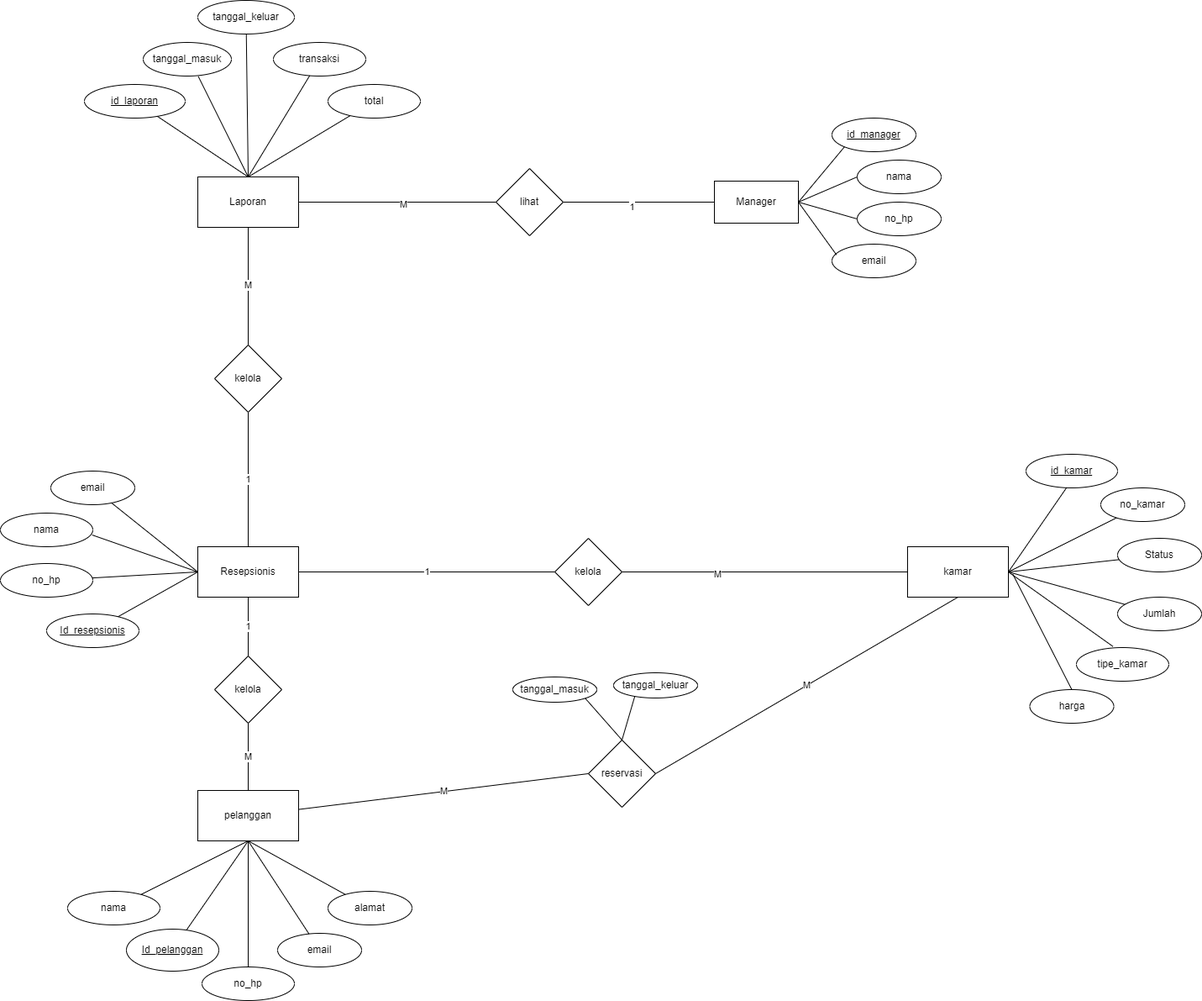
Above: Image SRS/erd hotel.png in lutfiainnun/Kelompok6 (draw.io), before the change. Source tidied: cells renumbered, new cells last; positions are measured from the earlier drawing's top-left corner, leaving out a move shared by most shapes.
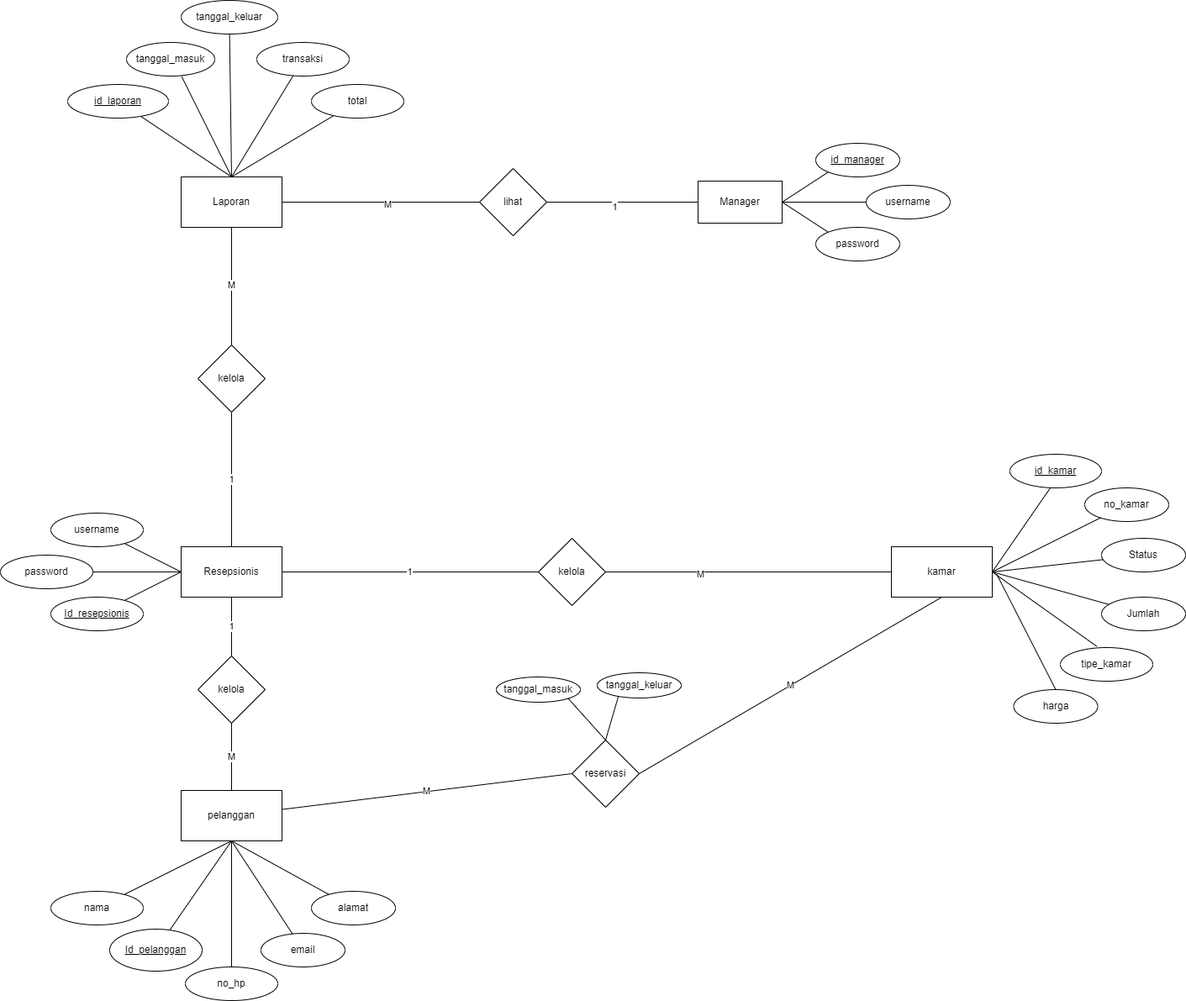
After the commit.

Change to the diagram source:
```diff
@@ -5,14 +5,14 @@
     <mxCell id="2" value="Resepsionis" style="rounded=0;whiteSpace=wrap;html=1;" parent="1" vertex="1">
       <mxGeometry x="235" y="650" width="120" height="60" as="geometry" />
     </mxCell>
-    <mxCell id="3" value="nama" style="ellipse;whiteSpace=wrap;html=1;" parent="1" vertex="1">
-      <mxGeometry y="610" width="110" height="40" as="geometry" />
+    <mxCell id="3" value="username" style="ellipse;whiteSpace=wrap;html=1;" parent="1" vertex="1">
+      <mxGeometry x="80" y="610" width="110" height="40" as="geometry" />
     </mxCell>
     <mxCell id="4" value="&lt;u&gt;Id_resepsionis&lt;/u&gt;" style="ellipse;whiteSpace=wrap;html=1;" parent="1" vertex="1">
-      <mxGeometry x="55" y="730" width="110" height="40" as="geometry" />
+      <mxGeometry x="80" y="710" width="110" height="40" as="geometry" />
     </mxCell>
-    <mxCell id="5" value="no_hp" style="ellipse;whiteSpace=wrap;html=1;" parent="1" vertex="1">
-      <mxGeometry y="670" width="110" height="40" as="geometry" />
+    <mxCell id="5" value="password" style="ellipse;whiteSpace=wrap;html=1;" parent="1" vertex="1">
+      <mxGeometry x="20" y="660" width="110" height="40" as="geometry" />
     </mxCell>
     <mxCell id="6" value="pelanggan" style="rounded=0;whiteSpace=wrap;html=1;" parent="1" vertex="1">
       <mxGeometry x="235" y="940" width="120" height="60" as="geometry" />
@@ -47,7 +47,7 @@
     <mxCell id="16" value="M" style="endArrow=none;html=1;rounded=0;exitX=0.5;exitY=1;exitDx=0;exitDy=0;entryX=0.5;entryY=0;entryDx=0;entryDy=0;" parent="1" edge="1" source="11" target="6">
       <mxGeometry relative="1" as="geometry" />
     </mxCell>
-    <mxCell id="17" style="endArrow=none;html=1;rounded=0;entryX=0;entryY=0.5;entryDx=0;entryDy=0;exitX=0.993;exitY=0.651;exitDx=0;exitDy=0;exitPerimeter=0;" parent="1" edge="1" source="3" target="2">
+    <mxCell id="17" style="endArrow=none;html=1;rounded=0;entryX=0;entryY=0.5;entryDx=0;entryDy=0;" parent="1" edge="1" source="3" target="2">
       <mxGeometry relative="1" as="geometry" />
     </mxCell>
     <mxCell id="18" style="endArrow=none;html=1;rounded=0;entryX=0;entryY=0.5;entryDx=0;entryDy=0;" parent="1" edge="1" source="4" target="2">
@@ -181,12 +181,6 @@
     <mxCell id="60" style="endArrow=none;html=1;rounded=0;exitX=0.252;exitY=0.936;exitDx=0;exitDy=0;exitPerimeter=0;entryX=0.5;entryY=0;entryDx=0;entryDy=0;" parent="1" edge="1" source="58" target="12">
       <mxGeometry relative="1" as="geometry" />
     </mxCell>
-    <mxCell id="61" value="email" style="ellipse;whiteSpace=wrap;html=1;" parent="1" vertex="1">
-      <mxGeometry x="60" y="560" width="100" height="40" as="geometry" />
-    </mxCell>
-    <mxCell id="62" style="endArrow=none;html=1;rounded=0;entryX=0;entryY=0.5;entryDx=0;entryDy=0;" parent="1" edge="1" source="61" target="2">
-      <mxGeometry relative="1" as="geometry" />
-    </mxCell>
     <mxCell id="63" value="Manager" style="rounded=0;whiteSpace=wrap;html=1;" parent="1" vertex="1">
       <mxGeometry x="850" y="215" width="100" height="50" as="geometry" />
     </mxCell>
@@ -208,28 +202,22 @@
       </mxGeometry>
     </mxCell>
     <mxCell id="69" value="id_manager" style="ellipse;whiteSpace=wrap;html=1;align=center;fontStyle=4;" parent="1" vertex="1">
-      <mxGeometry x="990" y="140" width="100" height="40" as="geometry" />
+      <mxGeometry x="990" y="170" width="100" height="40" as="geometry" />
     </mxCell>
-    <mxCell id="70" value="nama" style="ellipse;whiteSpace=wrap;html=1;align=center;" parent="1" vertex="1">
-      <mxGeometry x="1020" y="190" width="100" height="40" as="geometry" />
+    <mxCell id="70" value="username" style="ellipse;whiteSpace=wrap;html=1;align=center;" parent="1" vertex="1">
+      <mxGeometry x="1050" y="220" width="100" height="40" as="geometry" />
     </mxCell>
-    <mxCell id="71" value="no_hp" style="ellipse;whiteSpace=wrap;html=1;align=center;" parent="1" vertex="1">
-      <mxGeometry x="1020" y="240" width="100" height="40" as="geometry" />
+    <mxCell id="71" value="password" style="ellipse;whiteSpace=wrap;html=1;align=center;" parent="1" vertex="1">
+      <mxGeometry x="990" y="270" width="100" height="40" as="geometry" />
     </mxCell>
-    <mxCell id="72" value="email" style="ellipse;whiteSpace=wrap;html=1;align=center;" parent="1" vertex="1">
-      <mxGeometry x="990" y="290" width="100" height="40" as="geometry" />
-    </mxCell>
     <mxCell id="73" style="endArrow=none;html=1;rounded=0;entryX=0;entryY=1;entryDx=0;entryDy=0;exitX=1;exitY=0.5;exitDx=0;exitDy=0;" parent="1" edge="1" source="63" target="69">
       <mxGeometry relative="1" as="geometry" />
     </mxCell>
     <mxCell id="74" style="endArrow=none;html=1;rounded=0;exitX=1;exitY=0.5;exitDx=0;exitDy=0;entryX=0;entryY=0.5;entryDx=0;entryDy=0;" parent="1" edge="1" source="63" target="70">
       <mxGeometry relative="1" as="geometry" />
     </mxCell>
-    <mxCell id="75" style="endArrow=none;html=1;rounded=0;exitX=1;exitY=0.5;exitDx=0;exitDy=0;entryX=0;entryY=0.5;entryDx=0;entryDy=0;" parent="1" edge="1" source="63" target="71">
+    <mxCell id="75" style="endArrow=none;html=1;rounded=0;exitX=1;exitY=0.5;exitDx=0;exitDy=0;entryX=0;entryY=0;entryDx=0;entryDy=0;" parent="1" edge="1" source="63" target="71">
       <mxGeometry relative="1" as="geometry" />
     </mxCell>
-    <mxCell id="76" style="endArrow=none;html=1;rounded=0;exitX=1;exitY=0.5;exitDx=0;exitDy=0;entryX=0.053;entryY=0.316;entryDx=0;entryDy=0;entryPerimeter=0;" parent="1" edge="1" source="63" target="72">
-      <mxGeometry relative="1" as="geometry" />
-    </mxCell>
   </root>
 </mxGraphModel>
```
